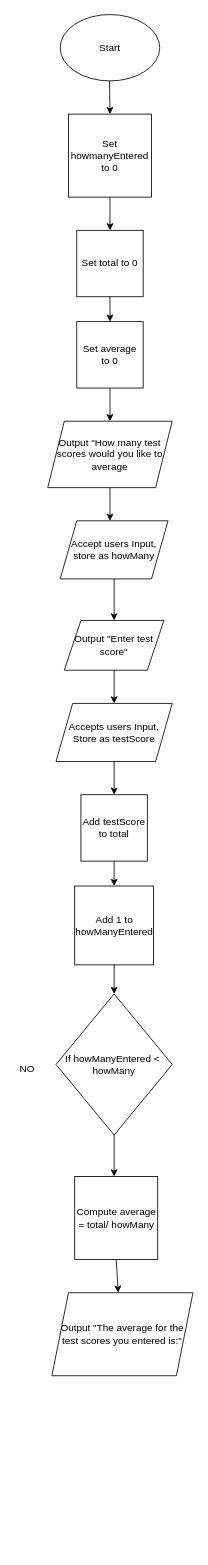
Above: Untitled Diagram.drawio in tcorcoran19/CS-104-01 (draw.io), before the change. Source tidied: cells renumbered, new cells numbered last; positions are measured from the earlier drawing's top-left corner, leaving out a move shared by most shapes. Both pictures are drawn from the tidied source at 83%, with x=0, y=0 at pixel (14, 14).
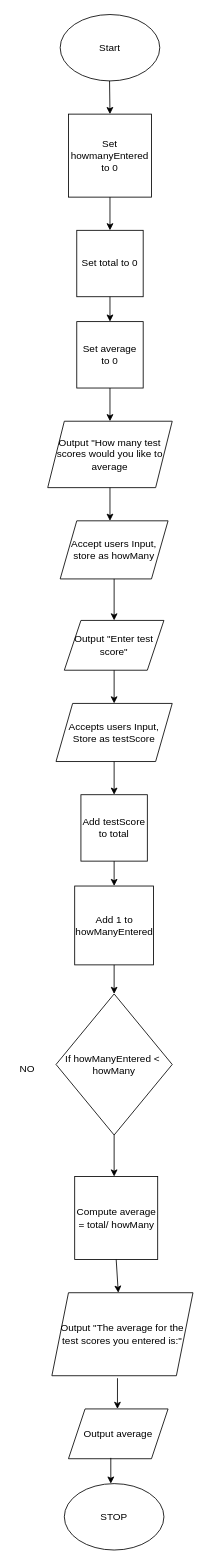
Above is the later version.

Commit message:
New Tim Corcoran Flowchart Diagram.drawio

The change refers to these unchanged cells:
```xml
<mxCell id="27" value="Output &quot;The average for the test scores you entered is:&quot;" style="shape=parallelogram;perimeter=parallelogramPerimeter;whiteSpace=wrap;html=1;fixedSize=1;" parent="1" vertex="1">
  <mxGeometry x="45" y="1540" width="170" height="100" as="geometry" />
</mxCell>
```

Diff of the diagram source:
```diff
@@
+    <mxCell id="28" style="endArrow=classic;html=1;exitX=0.465;exitY=1.03;exitDx=0;exitDy=0;exitPerimeter=0;" parent="1" edge="1" source="27">
+      <mxGeometry relative="1" as="geometry">
+        <mxPoint x="124" y="1680" as="targetPoint" />
+      </mxGeometry>
+    </mxCell>
+    <mxCell id="29" value="Output average" style="shape=parallelogram;perimeter=parallelogramPerimeter;whiteSpace=wrap;html=1;fixedSize=1;" parent="1" vertex="1">
+      <mxGeometry x="65" y="1680" width="120" height="60" as="geometry" />
+    </mxCell>
+    <mxCell id="30" style="endArrow=classic;html=1;exitX=0.425;exitY=0.983;exitDx=0;exitDy=0;exitPerimeter=0;" parent="1" edge="1" source="29">
+      <mxGeometry relative="1" as="geometry">
+        <mxPoint x="116" y="1770" as="targetPoint" />
+      </mxGeometry>
+    </mxCell>
+    <mxCell id="31" value="STOP" style="ellipse;whiteSpace=wrap;html=1;" parent="1" vertex="1">
+      <mxGeometry x="60" y="1770" width="120" height="80" as="geometry" />
+    </mxCell>
```
